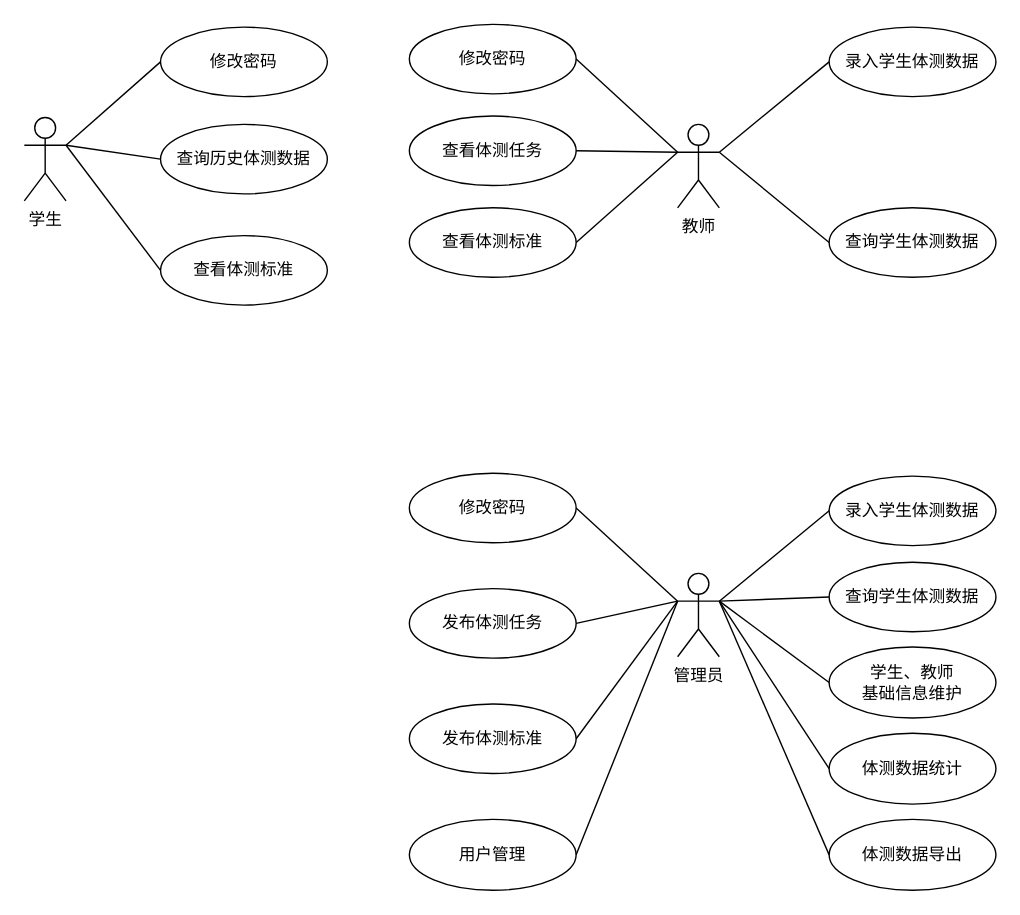
This is page "第 1 页" (1 of 3) of usercase.drawio from CNpupil/tice, a draw.io file, before an edit. Source tidied: cells renumbered, new cells numbered last; positions are measured from the earlier drawing's top-left corner, leaving out a move shared by most shapes. Both pictures are drawn from the tidied source at 139%, with x=0, y=0 at pixel (24, 24).
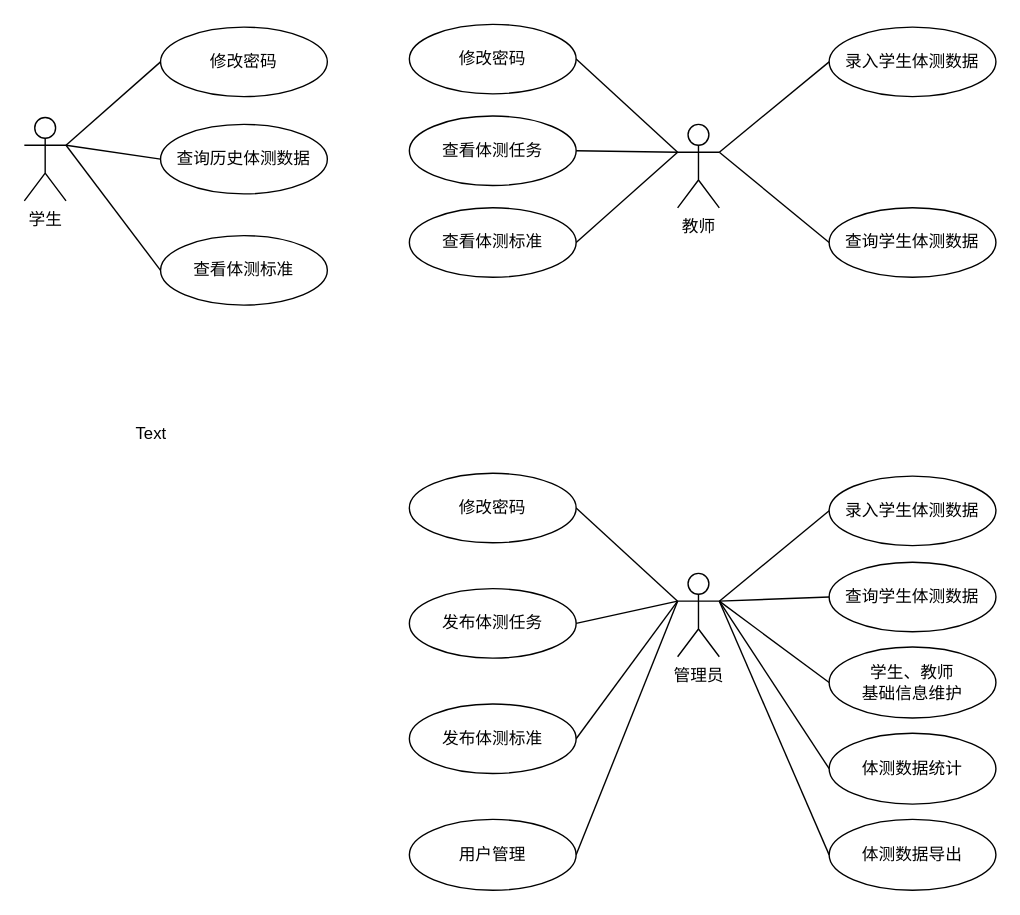
The same diagram, later.

The edit, as a diff of the source:
```diff
@@
+    <mxCell id="39" value="Text" style="text;html=1;align=center;verticalAlign=middle;strokeColor=none;fillColor=none;" parent="1" vertex="1">
+      <mxGeometry x="71" y="282" width="40" height="26" as="geometry" />
+    </mxCell>
```
